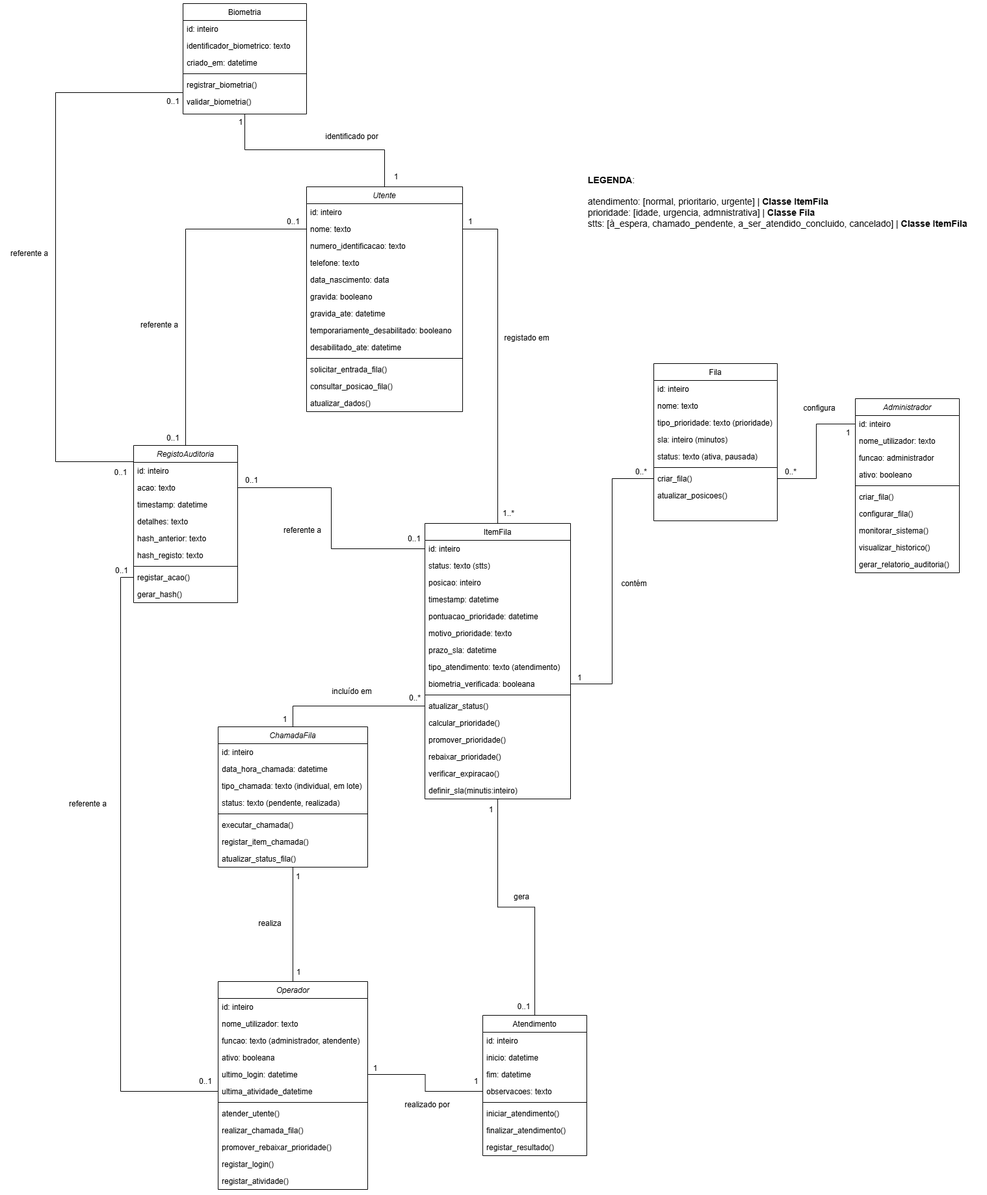
Earlier version of the draw.io export CLASS-DIAGRAMdrawio.drawio.png (bungaantonio/queue_system). Source tidied: cells renumbered, new cells last; positions are measured from the earlier drawing's top-left corner, leaving out a move shared by most shapes.
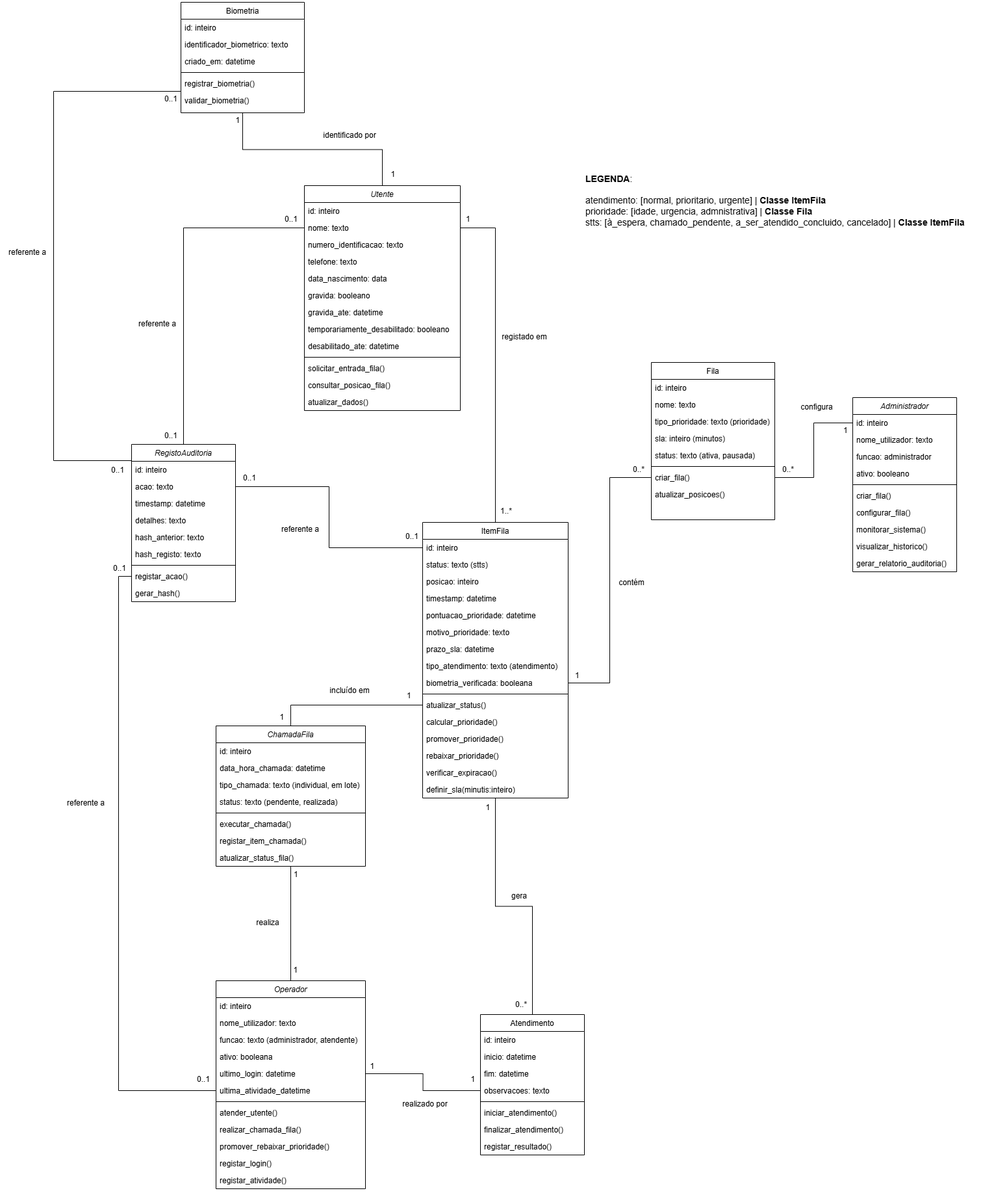
Later version of the same file.

The edit, as a diff of the source:
```diff
@@ -287,7 +287,7 @@
     <mxCell id="94" value="0..1" style="align=right;verticalAlign=bottom;labelBackgroundColor=none;fontSize=12;" parent="1" vertex="1">
       <mxGeometry x="190" y="728" as="geometry" />
     </mxCell>
-    <mxCell id="95" value="0..1" style="align=right;verticalAlign=bottom;labelBackgroundColor=none;fontSize=12;" parent="1" vertex="1">
+    <mxCell id="95" value="0..*" style="align=right;verticalAlign=bottom;labelBackgroundColor=none;fontSize=12;" parent="1" vertex="1">
       <mxGeometry x="810" y="1550" as="geometry" />
     </mxCell>
     <mxCell id="96" style="edgeStyle=orthogonalEdgeStyle;rounded=0;jettySize=auto;html=1;entryX=0.5;entryY=0;entryDx=0;entryDy=0;endArrow=none;endFill=0;exitX=0;exitY=0.5;exitDx=0;exitDy=0;" parent="1" edge="1" source="4" target="53">
@@ -329,7 +329,7 @@
     <mxCell id="108" value="1" style="align=left;verticalAlign=bottom;labelBackgroundColor=none;fontSize=12;direction=south;" parent="1" vertex="1">
       <mxGeometry x="448" y="1350" as="geometry" />
     </mxCell>
-    <mxCell id="109" value="0..*" style="align=left;verticalAlign=bottom;labelBackgroundColor=none;fontSize=12;" parent="1" vertex="1">
+    <mxCell id="109" value="1" style="align=left;verticalAlign=bottom;labelBackgroundColor=none;fontSize=12;" parent="1" vertex="1">
       <mxGeometry x="622" y="1075" as="geometry" />
     </mxCell>
     <mxCell id="110" value="Operador" style="swimlane;fontStyle=2;align=center;verticalAlign=top;horizontal=1;startSize=26;rounded=0;shadow=0;strokeWidth=1;" parent="1" vertex="1">
```
